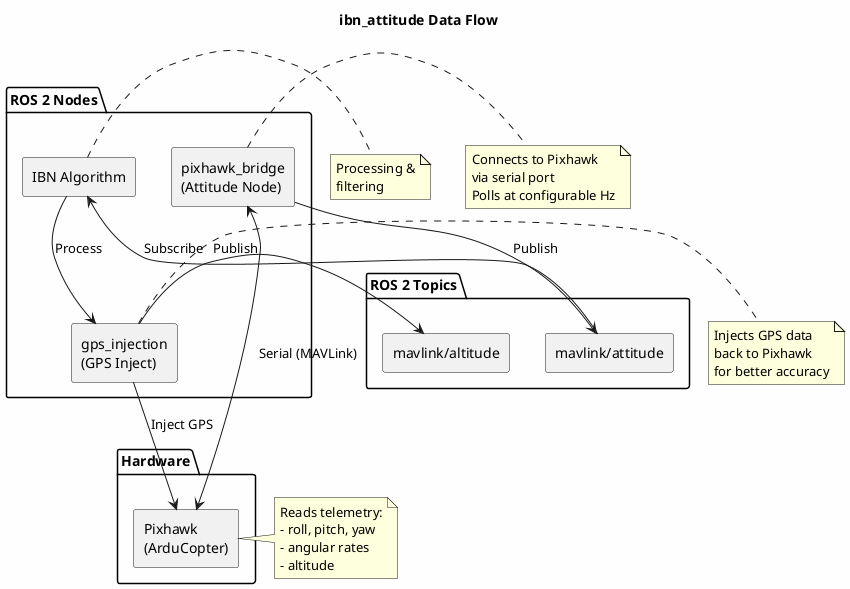
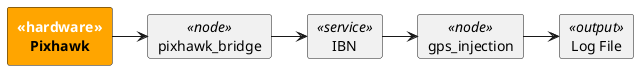
@startuml
- skinparam backgroundColor #FEFEFE
- skinparam componentStyle rectangle
- 
- title ibn_attitude Data Flow
- 
- package "Hardware" {
-   [Pixhawk\n(ArduCopter)] as pixhawk
+ skinparam rectangle {
+   BackgroundColor orange
+   CornerRadius 10
+   StereotypeFontColor white
+   FontStyle bold
}

- package "ROS 2 Nodes" {
-   [pixhawk_bridge\n(Attitude Node)] as att_node
-   [IBN Algorithm] as ibn_algo
-   [gps_injection\n(GPS Inject)] as gps_node
- }
+ rectangle "Pixhawk" as p <<hardware>> #orange

- package "ROS 2 Topics" {
-   [mavlink/attitude] as att_topic
-   [mavlink/altitude] as alt_topic
- }
+ card "pixhawk_bridge" as bridge <<node>>
+ card "IBN" as ibn <<service>>
+ card "gps_injection" as gps <<node>>
+ card "Log File" as log <<output>>

- pixhawk <--> att_node : Serial (MAVLink)
+ p -> bridge
+ bridge -> ibn
+ ibn -> gps
+ gps -> log

- att_node --> att_topic : Publish
- att_topic --> ibn_algo : Subscribe
- 
- ibn_algo --> gps_node : Process
- gps_node --> alt_topic : Publish
- gps_node --> pixhawk : Inject GPS
- 
- note right of pixhawk
-   Reads telemetry:
-   - roll, pitch, yaw
-   - angular rates
-   - altitude
- end note
- 
- note right of att_node
-   Connects to Pixhawk
-   via serial port
-   Polls at configurable Hz
- end note
- 
- note right of ibn_algo
-   Processing &
-   filtering
- end note
- 
- note right of gps_node
-   Injects GPS data
-   back to Pixhawk
-   for better accuracy
- end note
- 
- @enduml+ @enduml
